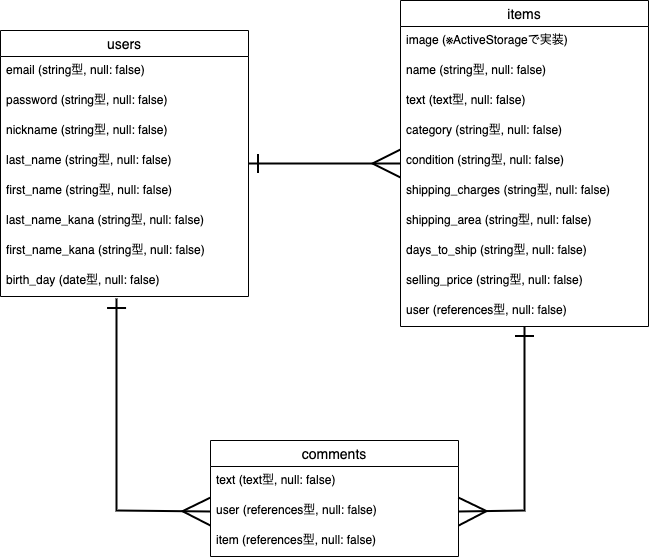
Before: table.drawio.png, a diagram exported from draw.io (take1412/furima-32081). Source tidied: cells renumbered, new cells last; positions are measured from the earlier drawing's top-left corner, leaving out a move shared by most shapes. Source of this version:
```xml
<mxGraphModel>
  <root>
    <mxCell id="0" />
    <mxCell id="1" parent="0" />
    <mxCell id="2" style="rounded=0;jettySize=auto;html=1;endArrow=ERmany;endFill=0;strokeWidth=2;endSize=25;startArrow=ERone;startFill=0;jumpSize=2;startSize=16;" parent="1" edge="1" source="3" target="13">
      <mxGeometry relative="1" as="geometry" />
    </mxCell>
    <mxCell id="3" value="users" style="swimlane;fontStyle=0;horizontal=1;startSize=26;align=center;fontSize=14;" parent="1" vertex="1">
      <mxGeometry y="30" width="248" height="266" as="geometry" />
    </mxCell>
    <mxCell id="4" value="email (string型, null: false)" style="text;strokeColor=none;fillColor=none;spacingLeft=4;spacingRight=4;overflow=hidden;fontSize=12;" parent="3" vertex="1">
      <mxGeometry y="26" width="248" height="30" as="geometry" />
    </mxCell>
    <mxCell id="5" value="password (string型, null: false)" style="text;strokeColor=none;fillColor=none;spacingLeft=4;spacingRight=4;overflow=hidden;fontSize=12;" parent="3" vertex="1">
      <mxGeometry y="56" width="248" height="30" as="geometry" />
    </mxCell>
    <mxCell id="6" value="nickname (string型, null: false)" style="text;strokeColor=none;fillColor=none;spacingLeft=4;spacingRight=4;overflow=hidden;fontSize=12;" parent="3" vertex="1">
      <mxGeometry y="86" width="248" height="30" as="geometry" />
    </mxCell>
    <mxCell id="7" value="last_name (string型, null: false)" style="text;strokeColor=none;fillColor=none;spacingLeft=4;spacingRight=4;overflow=hidden;fontSize=12;" parent="3" vertex="1">
      <mxGeometry y="116" width="248" height="30" as="geometry" />
    </mxCell>
    <mxCell id="8" value="first_name (string型, null: false)" style="text;strokeColor=none;fillColor=none;spacingLeft=4;spacingRight=4;overflow=hidden;fontSize=12;" parent="3" vertex="1">
      <mxGeometry y="146" width="248" height="30" as="geometry" />
    </mxCell>
    <mxCell id="9" value="last_name_kana (string型, null: false)" style="text;strokeColor=none;fillColor=none;spacingLeft=4;spacingRight=4;overflow=hidden;fontSize=12;" parent="3" vertex="1">
      <mxGeometry y="176" width="248" height="30" as="geometry" />
    </mxCell>
    <mxCell id="10" value="first_name_kana (string型, null: false)" style="text;strokeColor=none;fillColor=none;spacingLeft=4;spacingRight=4;overflow=hidden;fontSize=12;" parent="3" vertex="1">
      <mxGeometry y="206" width="248" height="30" as="geometry" />
    </mxCell>
    <mxCell id="11" value="birth_day (date型, null: false)" style="text;strokeColor=none;fillColor=none;spacingLeft=4;spacingRight=4;overflow=hidden;points=[[0,0.5],[1,0.5]];portConstraint=eastwest;fontSize=12;" parent="3" vertex="1">
      <mxGeometry y="236" width="248" height="30" as="geometry" />
    </mxCell>
    <mxCell id="12" style="edgeStyle=none;rounded=0;jumpSize=2;jettySize=auto;html=1;startArrow=ERone;startFill=0;startSize=16;endArrow=ERmany;endFill=0;endSize=25;strokeWidth=2;entryX=1;entryY=0.5;entryDx=0;entryDy=0;" parent="1" edge="1" source="13" target="26">
      <mxGeometry relative="1" as="geometry">
        <Array as="points">
          <mxPoint x="524" y="510" />
        </Array>
      </mxGeometry>
    </mxCell>
    <mxCell id="13" value="items" style="swimlane;fontStyle=0;horizontal=1;startSize=26;align=center;fontSize=14;" parent="1" vertex="1">
      <mxGeometry x="400" width="248" height="326" as="geometry" />
    </mxCell>
    <mxCell id="14" value="image (※ActiveStorageで実装)" style="text;strokeColor=none;fillColor=none;spacingLeft=4;spacingRight=4;overflow=hidden;fontSize=12;" parent="13" vertex="1">
      <mxGeometry y="26" width="248" height="30" as="geometry" />
    </mxCell>
    <mxCell id="15" value="name (string型, null: false)" style="text;strokeColor=none;fillColor=none;spacingLeft=4;spacingRight=4;overflow=hidden;fontSize=12;" parent="13" vertex="1">
      <mxGeometry y="56" width="248" height="30" as="geometry" />
    </mxCell>
    <mxCell id="16" value="text (text型, null: false)" style="text;strokeColor=none;fillColor=none;spacingLeft=4;spacingRight=4;overflow=hidden;fontSize=12;" parent="13" vertex="1">
      <mxGeometry y="86" width="248" height="30" as="geometry" />
    </mxCell>
    <mxCell id="17" value="category (string型, null: false)" style="text;strokeColor=none;fillColor=none;spacingLeft=4;spacingRight=4;overflow=hidden;fontSize=12;" parent="13" vertex="1">
      <mxGeometry y="116" width="248" height="30" as="geometry" />
    </mxCell>
    <mxCell id="18" value="condition (string型, null: false)" style="text;strokeColor=none;fillColor=none;spacingLeft=4;spacingRight=4;overflow=hidden;fontSize=12;" parent="13" vertex="1">
      <mxGeometry y="146" width="248" height="30" as="geometry" />
    </mxCell>
    <mxCell id="19" value="shipping_charges (string型, null: false)" style="text;strokeColor=none;fillColor=none;spacingLeft=4;spacingRight=4;overflow=hidden;fontSize=12;" parent="13" vertex="1">
      <mxGeometry y="176" width="248" height="30" as="geometry" />
    </mxCell>
    <mxCell id="20" value="shipping_area (string型, null: false)" style="text;strokeColor=none;fillColor=none;spacingLeft=4;spacingRight=4;overflow=hidden;fontSize=12;" parent="13" vertex="1">
      <mxGeometry y="206" width="248" height="30" as="geometry" />
    </mxCell>
    <mxCell id="21" value="days_to_ship (string型, null: false)" style="text;strokeColor=none;fillColor=none;spacingLeft=4;spacingRight=4;overflow=hidden;fontSize=12;" parent="13" vertex="1">
      <mxGeometry y="236" width="248" height="30" as="geometry" />
    </mxCell>
    <mxCell id="22" value="selling_price (string型, null: false)" style="text;strokeColor=none;fillColor=none;spacingLeft=4;spacingRight=4;overflow=hidden;fontSize=12;" parent="13" vertex="1">
      <mxGeometry y="266" width="248" height="30" as="geometry" />
    </mxCell>
    <mxCell id="23" value="user (references型, null: false)" style="text;strokeColor=none;fillColor=none;spacingLeft=4;spacingRight=4;overflow=hidden;fontSize=12;" parent="13" vertex="1">
      <mxGeometry y="296" width="248" height="30" as="geometry" />
    </mxCell>
    <mxCell id="24" value="comments" style="swimlane;fontStyle=0;horizontal=1;startSize=26;align=center;fontSize=14;" parent="1" vertex="1">
      <mxGeometry x="210" y="440" width="248" height="116" as="geometry" />
    </mxCell>
    <mxCell id="25" value="text (text型, null: false)" style="text;strokeColor=none;fillColor=none;spacingLeft=4;spacingRight=4;overflow=hidden;fontSize=12;" parent="24" vertex="1">
      <mxGeometry y="26" width="248" height="30" as="geometry" />
    </mxCell>
    <mxCell id="26" value="user (references型, null: false)" style="text;strokeColor=none;fillColor=none;spacingLeft=4;spacingRight=4;overflow=hidden;points=[[0,0.5],[1,0.5]];portConstraint=eastwest;fontSize=12;" parent="24" vertex="1">
      <mxGeometry y="56" width="248" height="30" as="geometry" />
    </mxCell>
    <mxCell id="27" value="item (references型, null: false)" style="text;strokeColor=none;fillColor=none;spacingLeft=4;spacingRight=4;overflow=hidden;fontSize=12;" parent="24" vertex="1">
      <mxGeometry y="86" width="248" height="30" as="geometry" />
    </mxCell>
    <mxCell id="28" style="endArrow=ERmany;html=1;rounded=0;strokeWidth=2;exitX=0.468;exitY=1.067;exitDx=0;exitDy=0;exitPerimeter=0;startArrow=ERone;startFill=0;endSize=25;startSize=16;endFill=0;entryX=0;entryY=0.5;entryDx=0;entryDy=0;jumpSize=2;" parent="1" edge="1" source="11" target="26">
      <mxGeometry relative="1" as="geometry">
        <Array as="points">
          <mxPoint x="116" y="510" />
        </Array>
      </mxGeometry>
    </mxCell>
  </root>
</mxGraphModel>
```
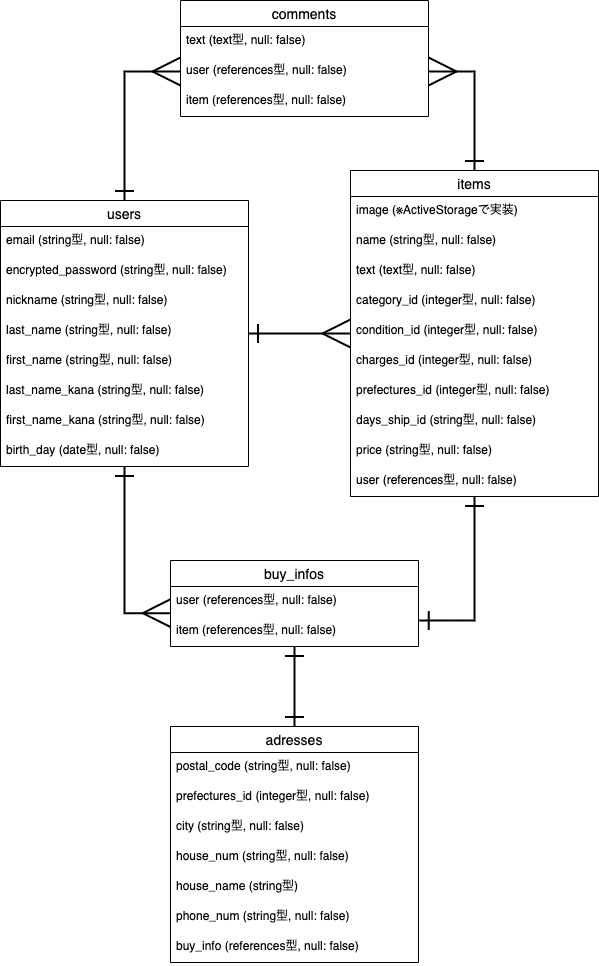
The same diagram one commit later.

Commit message:
データベース設計修正

The edit, as a diff of the source:
```diff
@@ -5,13 +5,19 @@
     <mxCell id="2" style="rounded=0;jettySize=auto;html=1;endArrow=ERmany;endFill=0;strokeWidth=2;endSize=25;startArrow=ERone;startFill=0;jumpSize=2;startSize=16;" parent="1" edge="1" source="3" target="13">
       <mxGeometry relative="1" as="geometry" />
     </mxCell>
+    <mxCell id="29" style="edgeStyle=orthogonalEdgeStyle;rounded=0;jettySize=auto;html=1;entryX=0;entryY=0.5;entryDx=0;entryDy=0;strokeWidth=2;endFill=0;endArrow=ERmany;endSize=25;startFill=0;startArrow=ERone;startSize=16;" parent="1" edge="1" source="3" target="26">
+      <mxGeometry relative="1" as="geometry" />
+    </mxCell>
+    <mxCell id="30" style="edgeStyle=orthogonalEdgeStyle;rounded=0;jettySize=auto;html=1;entryX=0.001;entryY=0.889;entryDx=0;entryDy=0;entryPerimeter=0;strokeWidth=2;endFill=0;endArrow=ERmany;endSize=25;startFill=0;startArrow=ERone;startSize=16;" parent="1" edge="1" source="3" target="34">
+      <mxGeometry relative="1" as="geometry" />
+    </mxCell>
     <mxCell id="3" value="users" style="swimlane;fontStyle=0;horizontal=1;startSize=26;align=center;fontSize=14;" parent="1" vertex="1">
-      <mxGeometry y="30" width="248" height="266" as="geometry" />
+      <mxGeometry x="-70" y="190" width="248" height="266" as="geometry" />
     </mxCell>
     <mxCell id="4" value="email (string型, null: false)" style="text;strokeColor=none;fillColor=none;spacingLeft=4;spacingRight=4;overflow=hidden;fontSize=12;" parent="3" vertex="1">
       <mxGeometry y="26" width="248" height="30" as="geometry" />
     </mxCell>
-    <mxCell id="5" value="password (string型, null: false)" style="text;strokeColor=none;fillColor=none;spacingLeft=4;spacingRight=4;overflow=hidden;fontSize=12;" parent="3" vertex="1">
+    <mxCell id="5" value="encrypted_password (string型, null: false)" style="text;strokeColor=none;fillColor=none;spacingLeft=4;spacingRight=4;overflow=hidden;fontSize=12;" parent="3" vertex="1">
       <mxGeometry y="56" width="248" height="30" as="geometry" />
     </mxCell>
     <mxCell id="6" value="nickname (string型, null: false)" style="text;strokeColor=none;fillColor=none;spacingLeft=4;spacingRight=4;overflow=hidden;fontSize=12;" parent="3" vertex="1">
@@ -32,15 +38,14 @@
     <mxCell id="11" value="birth_day (date型, null: false)" style="text;strokeColor=none;fillColor=none;spacingLeft=4;spacingRight=4;overflow=hidden;points=[[0,0.5],[1,0.5]];portConstraint=eastwest;fontSize=12;" parent="3" vertex="1">
       <mxGeometry y="236" width="248" height="30" as="geometry" />
     </mxCell>
-    <mxCell id="12" style="edgeStyle=none;rounded=0;jumpSize=2;jettySize=auto;html=1;startArrow=ERone;startFill=0;startSize=16;endArrow=ERmany;endFill=0;endSize=25;strokeWidth=2;entryX=1;entryY=0.5;entryDx=0;entryDy=0;" parent="1" edge="1" source="13" target="26">
-      <mxGeometry relative="1" as="geometry">
-        <Array as="points">
-          <mxPoint x="524" y="510" />
-        </Array>
-      </mxGeometry>
+    <mxCell id="12" style="edgeStyle=orthogonalEdgeStyle;rounded=0;jettySize=auto;html=1;entryX=1;entryY=0.5;entryDx=0;entryDy=0;strokeWidth=2;endFill=0;endArrow=ERmany;endSize=25;startFill=0;startArrow=ERone;startSize=16;" parent="1" edge="1" source="13" target="26">
+      <mxGeometry relative="1" as="geometry" />
     </mxCell>
+    <mxCell id="31" style="edgeStyle=orthogonalEdgeStyle;rounded=0;jettySize=auto;html=1;entryX=1.003;entryY=0.133;entryDx=0;entryDy=0;entryPerimeter=0;strokeWidth=2;endFill=0;endArrow=ERone;endSize=16;startFill=0;startArrow=ERone;startSize=16;" parent="1" edge="1" source="13" target="35">
+      <mxGeometry relative="1" as="geometry" />
+    </mxCell>
     <mxCell id="13" value="items" style="swimlane;fontStyle=0;horizontal=1;startSize=26;align=center;fontSize=14;" parent="1" vertex="1">
-      <mxGeometry x="400" width="248" height="326" as="geometry" />
+      <mxGeometry x="280" y="160" width="248" height="326" as="geometry" />
     </mxCell>
     <mxCell id="14" value="image (※ActiveStorageで実装)" style="text;strokeColor=none;fillColor=none;spacingLeft=4;spacingRight=4;overflow=hidden;fontSize=12;" parent="13" vertex="1">
       <mxGeometry y="26" width="248" height="30" as="geometry" />
@@ -51,29 +56,29 @@
     <mxCell id="16" value="text (text型, null: false)" style="text;strokeColor=none;fillColor=none;spacingLeft=4;spacingRight=4;overflow=hidden;fontSize=12;" parent="13" vertex="1">
       <mxGeometry y="86" width="248" height="30" as="geometry" />
     </mxCell>
-    <mxCell id="17" value="category (string型, null: false)" style="text;strokeColor=none;fillColor=none;spacingLeft=4;spacingRight=4;overflow=hidden;fontSize=12;" parent="13" vertex="1">
+    <mxCell id="17" value="category_id (integer型, null: false)" style="text;strokeColor=none;fillColor=none;spacingLeft=4;spacingRight=4;overflow=hidden;fontSize=12;" parent="13" vertex="1">
       <mxGeometry y="116" width="248" height="30" as="geometry" />
     </mxCell>
-    <mxCell id="18" value="condition (string型, null: false)" style="text;strokeColor=none;fillColor=none;spacingLeft=4;spacingRight=4;overflow=hidden;fontSize=12;" parent="13" vertex="1">
+    <mxCell id="18" value="condition_id (integer型, null: false)" style="text;strokeColor=none;fillColor=none;spacingLeft=4;spacingRight=4;overflow=hidden;fontSize=12;" parent="13" vertex="1">
       <mxGeometry y="146" width="248" height="30" as="geometry" />
     </mxCell>
-    <mxCell id="19" value="shipping_charges (string型, null: false)" style="text;strokeColor=none;fillColor=none;spacingLeft=4;spacingRight=4;overflow=hidden;fontSize=12;" parent="13" vertex="1">
+    <mxCell id="19" value="charges_id (integer型, null: false)" style="text;strokeColor=none;fillColor=none;spacingLeft=4;spacingRight=4;overflow=hidden;fontSize=12;" parent="13" vertex="1">
       <mxGeometry y="176" width="248" height="30" as="geometry" />
     </mxCell>
-    <mxCell id="20" value="shipping_area (string型, null: false)" style="text;strokeColor=none;fillColor=none;spacingLeft=4;spacingRight=4;overflow=hidden;fontSize=12;" parent="13" vertex="1">
+    <mxCell id="20" value="prefectures_id (integer型, null: false)" style="text;strokeColor=none;fillColor=none;spacingLeft=4;spacingRight=4;overflow=hidden;fontSize=12;" parent="13" vertex="1">
       <mxGeometry y="206" width="248" height="30" as="geometry" />
     </mxCell>
-    <mxCell id="21" value="days_to_ship (string型, null: false)" style="text;strokeColor=none;fillColor=none;spacingLeft=4;spacingRight=4;overflow=hidden;fontSize=12;" parent="13" vertex="1">
+    <mxCell id="21" value="days_ship_id (string型, null: false)" style="text;strokeColor=none;fillColor=none;spacingLeft=4;spacingRight=4;overflow=hidden;fontSize=12;" parent="13" vertex="1">
       <mxGeometry y="236" width="248" height="30" as="geometry" />
     </mxCell>
-    <mxCell id="22" value="selling_price (string型, null: false)" style="text;strokeColor=none;fillColor=none;spacingLeft=4;spacingRight=4;overflow=hidden;fontSize=12;" parent="13" vertex="1">
+    <mxCell id="22" value="price (string型, null: false)" style="text;strokeColor=none;fillColor=none;spacingLeft=4;spacingRight=4;overflow=hidden;fontSize=12;" parent="13" vertex="1">
       <mxGeometry y="266" width="248" height="30" as="geometry" />
     </mxCell>
     <mxCell id="23" value="user (references型, null: false)" style="text;strokeColor=none;fillColor=none;spacingLeft=4;spacingRight=4;overflow=hidden;fontSize=12;" parent="13" vertex="1">
       <mxGeometry y="296" width="248" height="30" as="geometry" />
     </mxCell>
     <mxCell id="24" value="comments" style="swimlane;fontStyle=0;horizontal=1;startSize=26;align=center;fontSize=14;" parent="1" vertex="1">
-      <mxGeometry x="210" y="440" width="248" height="116" as="geometry" />
+      <mxGeometry x="110" y="-10" width="248" height="116" as="geometry" />
     </mxCell>
     <mxCell id="25" value="text (text型, null: false)" style="text;strokeColor=none;fillColor=none;spacingLeft=4;spacingRight=4;overflow=hidden;fontSize=12;" parent="24" vertex="1">
       <mxGeometry y="26" width="248" height="30" as="geometry" />
@@ -84,12 +89,41 @@
     <mxCell id="27" value="item (references型, null: false)" style="text;strokeColor=none;fillColor=none;spacingLeft=4;spacingRight=4;overflow=hidden;fontSize=12;" parent="24" vertex="1">
       <mxGeometry y="86" width="248" height="30" as="geometry" />
     </mxCell>
-    <mxCell id="28" style="endArrow=ERmany;html=1;rounded=0;strokeWidth=2;exitX=0.468;exitY=1.067;exitDx=0;exitDy=0;exitPerimeter=0;startArrow=ERone;startFill=0;endSize=25;startSize=16;endFill=0;entryX=0;entryY=0.5;entryDx=0;entryDy=0;jumpSize=2;" parent="1" edge="1" source="11" target="26">
-      <mxGeometry relative="1" as="geometry">
-        <Array as="points">
-          <mxPoint x="116" y="510" />
-        </Array>
-      </mxGeometry>
-    </mxCell>
+    <mxCell id="32" style="edgeStyle=orthogonalEdgeStyle;rounded=0;jettySize=auto;html=1;strokeWidth=2;endFill=0;endArrow=ERone;endSize=16;startFill=0;startArrow=ERone;startSize=16;" parent="1" edge="1" source="33" target="36">
+      <mxGeometry relative="1" as="geometry" />
+    </mxCell>
+    <mxCell id="33" value="buy_infos" style="swimlane;fontStyle=0;horizontal=1;startSize=26;align=center;fontSize=14;" parent="1" vertex="1">
+      <mxGeometry x="100" y="550" width="248" height="86" as="geometry" />
+    </mxCell>
+    <mxCell id="34" value="user (references型, null: false)" style="text;strokeColor=none;fillColor=none;spacingLeft=4;spacingRight=4;overflow=hidden;points=[[0,0.5],[1,0.5]];portConstraint=eastwest;fontSize=12;" parent="33" vertex="1">
+      <mxGeometry y="26" width="248" height="30" as="geometry" />
+    </mxCell>
+    <mxCell id="35" value="item (references型, null: false)" style="text;strokeColor=none;fillColor=none;spacingLeft=4;spacingRight=4;overflow=hidden;points=[[0,0.5],[1,0.5]];portConstraint=eastwest;fontSize=12;" parent="33" vertex="1">
+      <mxGeometry y="56" width="248" height="30" as="geometry" />
+    </mxCell>
+    <mxCell id="36" value="adresses" style="swimlane;fontStyle=0;horizontal=1;startSize=26;align=center;fontSize=14;" parent="1" vertex="1">
+      <mxGeometry x="100" y="716" width="248" height="236" as="geometry" />
+    </mxCell>
+    <mxCell id="37" value="postal_code (string型, null: false)" style="text;strokeColor=none;fillColor=none;spacingLeft=4;spacingRight=4;overflow=hidden;fontSize=12;" parent="36" vertex="1">
+      <mxGeometry y="26" width="248" height="30" as="geometry" />
+    </mxCell>
+    <mxCell id="38" value="prefectures_id (integer型, null: false)" style="text;strokeColor=none;fillColor=none;spacingLeft=4;spacingRight=4;overflow=hidden;fontSize=12;" parent="36" vertex="1">
+      <mxGeometry y="56" width="248" height="30" as="geometry" />
+    </mxCell>
+    <mxCell id="39" value="city (string型, null: false)" style="text;strokeColor=none;fillColor=none;spacingLeft=4;spacingRight=4;overflow=hidden;fontSize=12;" parent="36" vertex="1">
+      <mxGeometry y="86" width="248" height="30" as="geometry" />
+    </mxCell>
+    <mxCell id="40" value="house_num (string型, null: false)" style="text;strokeColor=none;fillColor=none;spacingLeft=4;spacingRight=4;overflow=hidden;fontSize=12;" parent="36" vertex="1">
+      <mxGeometry y="116" width="248" height="30" as="geometry" />
+    </mxCell>
+    <mxCell id="41" value="house_name (string型)" style="text;strokeColor=none;fillColor=none;spacingLeft=4;spacingRight=4;overflow=hidden;fontSize=12;" parent="36" vertex="1">
+      <mxGeometry y="146" width="248" height="30" as="geometry" />
+    </mxCell>
+    <mxCell id="42" value="phone_num (string型, null: false)" style="text;strokeColor=none;fillColor=none;spacingLeft=4;spacingRight=4;overflow=hidden;fontSize=12;" parent="36" vertex="1">
+      <mxGeometry y="176" width="248" height="30" as="geometry" />
+    </mxCell>
+    <mxCell id="43" value="buy_info (references型, null: false)" style="text;strokeColor=none;fillColor=none;spacingLeft=4;spacingRight=4;overflow=hidden;fontSize=12;" parent="36" vertex="1">
+      <mxGeometry y="206" width="248" height="30" as="geometry" />
+    </mxCell>
   </root>
 </mxGraphModel>
```
